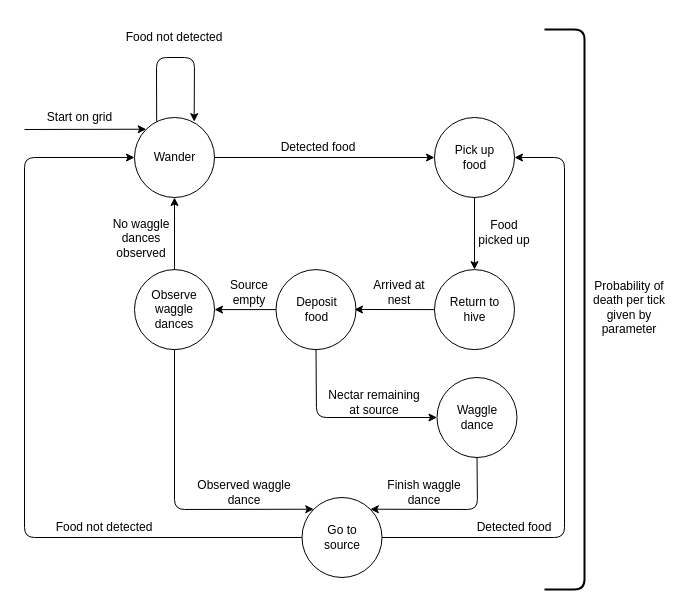
The draw.io diagram Finite State Machines/Bee FSM.drawio in benwingerter/bee-simulation, before the edit. Source tidied: cells renumbered, new cells numbered last; positions are measured from the earlier drawing's top-left corner, leaving out a move shared by most shapes. Both pictures are drawn from the tidied source at 100%, with x=0, y=0 at pixel (24, 17).
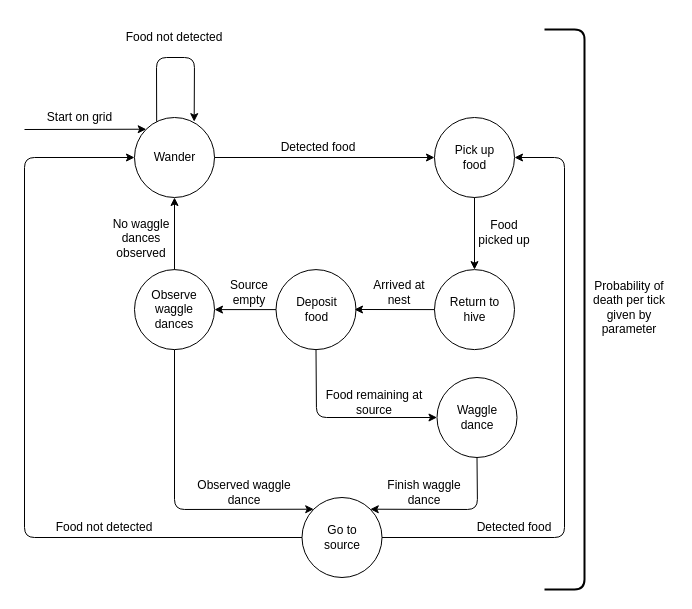
After the change.

Change to the diagram source:
```diff
@@
-    <mxCell id="17" value="Nectar remaining at source" style="text;html=1;strokeColor=none;fillColor=none;align=center;verticalAlign=middle;whiteSpace=wrap;rounded=0;rotation=0;" parent="1" vertex="1">
+    <mxCell id="17" value="Food remaining at source" style="text;html=1;strokeColor=none;fillColor=none;align=center;verticalAlign=middle;whiteSpace=wrap;rounded=0;rotation=0;" parent="1" vertex="1">
       <mxGeometry x="300" y="370" width="100" height="30" as="geometry" />
     </mxCell>
```
